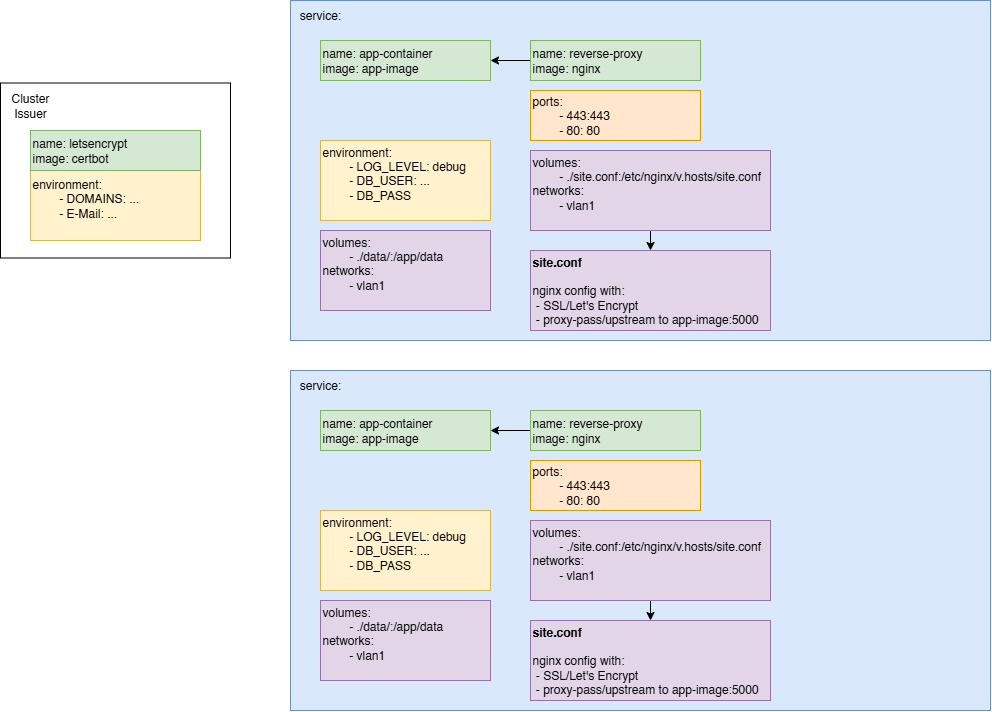
Earlier version of the draw.io export kubernetes/building-a-kubernetes-1.drawio.png (FAUSheppy/lightning-talks). Source tidied: cells renumbered, new cells last; positions are measured from the earlier drawing's top-left corner, leaving out a move shared by most shapes. Source of this version:
```xml
<mxGraphModel>
  <root>
    <mxCell id="0" />
    <mxCell id="1" parent="0" />
    <mxCell id="2" style="rounded=0;whiteSpace=wrap;html=1;" parent="1" vertex="1">
      <mxGeometry y="82.5" width="230" height="175" as="geometry" />
    </mxCell>
    <mxCell id="3" style="rounded=0;whiteSpace=wrap;html=1;fillColor=#dae8fc;strokeColor=#6c8ebf;" parent="1" vertex="1">
      <mxGeometry x="290" y="370" width="700" height="340" as="geometry" />
    </mxCell>
    <mxCell id="4" value="&lt;div&gt;name: app-container&lt;/div&gt;&lt;div&gt;image: app-image&lt;/div&gt;" style="rounded=0;whiteSpace=wrap;html=1;align=left;labelPosition=center;verticalLabelPosition=middle;verticalAlign=middle;fillColor=#d5e8d4;strokeColor=#82b366;" parent="1" vertex="1">
      <mxGeometry x="320" y="410" width="170" height="40" as="geometry" />
    </mxCell>
    <mxCell id="5" value="environment:&lt;div&gt;&lt;span style=&quot;white-space: pre;&quot;&gt;&#9;&lt;/span&gt;- LOG_LEVEL: debug&lt;br&gt;&lt;/div&gt;&lt;div&gt;&amp;nbsp; &amp;nbsp; &amp;nbsp; &amp;nbsp; - DB_USER: ...&lt;/div&gt;&lt;div&gt;&amp;nbsp; &amp;nbsp; &amp;nbsp; &amp;nbsp; - DB_PASS&lt;/div&gt;&lt;div&gt;&lt;br&gt;&lt;/div&gt;" style="rounded=0;whiteSpace=wrap;html=1;align=left;labelPosition=center;verticalLabelPosition=middle;verticalAlign=middle;fillColor=#fff2cc;strokeColor=#d6b656;" parent="1" vertex="1">
      <mxGeometry x="320" y="510" width="170" height="80" as="geometry" />
    </mxCell>
    <mxCell id="6" value="volumes:&lt;div&gt;&lt;span style=&quot;white-space: pre;&quot;&gt;&#9;&lt;/span&gt;- ./data/:/app/data&lt;br&gt;&lt;/div&gt;&lt;div&gt;networks:&lt;/div&gt;&lt;div&gt;&lt;span style=&quot;white-space: pre;&quot;&gt;&#9;&lt;/span&gt;- vlan1&lt;br&gt;&lt;/div&gt;&lt;div&gt;&lt;br&gt;&lt;/div&gt;" style="rounded=0;whiteSpace=wrap;html=1;align=left;labelPosition=center;verticalLabelPosition=middle;verticalAlign=middle;fillColor=#e1d5e7;strokeColor=#9673a6;" parent="1" vertex="1">
      <mxGeometry x="320" y="600" width="170" height="80" as="geometry" />
    </mxCell>
    <mxCell id="7" value="service:" style="text;html=1;whiteSpace=wrap;strokeColor=none;fillColor=none;align=center;verticalAlign=middle;rounded=0;" parent="1" vertex="1">
      <mxGeometry x="290" y="370" width="60" height="30" as="geometry" />
    </mxCell>
    <mxCell id="8" style="edgeStyle=orthogonalEdgeStyle;rounded=0;jettySize=auto;html=1;exitX=0;exitY=0.5;exitDx=0;exitDy=0;entryX=1;entryY=0.5;entryDx=0;entryDy=0;" parent="1" edge="1" source="9" target="4">
      <mxGeometry relative="1" as="geometry" />
    </mxCell>
    <mxCell id="9" value="&lt;div&gt;name: reverse-proxy&lt;/div&gt;&lt;div&gt;image: nginx&lt;/div&gt;" style="rounded=0;whiteSpace=wrap;html=1;align=left;labelPosition=center;verticalLabelPosition=middle;verticalAlign=middle;fillColor=#d5e8d4;strokeColor=#82b366;" parent="1" vertex="1">
      <mxGeometry x="530" y="410" width="170" height="40" as="geometry" />
    </mxCell>
    <mxCell id="10" value="ports:&lt;div&gt;&lt;span style=&quot;white-space: pre;&quot;&gt;&#9;&lt;/span&gt;- 443:443&lt;br&gt;&lt;/div&gt;&lt;div&gt;&amp;nbsp; &amp;nbsp; &amp;nbsp; &amp;nbsp; - 80: 80&lt;/div&gt;" style="rounded=0;whiteSpace=wrap;html=1;align=left;labelPosition=center;verticalLabelPosition=middle;verticalAlign=middle;fillColor=#ffe6cc;strokeColor=#d79b00;" parent="1" vertex="1">
      <mxGeometry x="530" y="460" width="170" height="50" as="geometry" />
    </mxCell>
    <mxCell id="11" style="edgeStyle=orthogonalEdgeStyle;rounded=0;jettySize=auto;html=1;exitX=0.5;exitY=1;exitDx=0;exitDy=0;entryX=0.5;entryY=0;entryDx=0;entryDy=0;" parent="1" edge="1" source="12" target="13">
      <mxGeometry relative="1" as="geometry" />
    </mxCell>
    <mxCell id="12" value="volumes:&lt;div&gt;&lt;span style=&quot;white-space: pre;&quot;&gt;&#9;&lt;/span&gt;- ./site.conf:/etc/nginx/v.hosts/site.conf&lt;br&gt;&lt;/div&gt;&lt;div&gt;networks:&lt;/div&gt;&lt;div&gt;&lt;span style=&quot;white-space: pre;&quot;&gt;&#9;&lt;/span&gt;- vlan1&lt;br&gt;&lt;/div&gt;&lt;div&gt;&lt;br&gt;&lt;/div&gt;" style="rounded=0;whiteSpace=wrap;html=1;align=left;labelPosition=center;verticalLabelPosition=middle;verticalAlign=middle;fillColor=#e1d5e7;strokeColor=#9673a6;" parent="1" vertex="1">
      <mxGeometry x="530" y="520" width="240" height="80" as="geometry" />
    </mxCell>
    <mxCell id="13" value="&lt;div&gt;&lt;b&gt;site.conf&lt;/b&gt;&lt;br&gt;&lt;br&gt;&lt;/div&gt;&lt;div&gt;nginx config with:&lt;/div&gt;&lt;div&gt;&amp;nbsp;- SSL/Let's Encrypt&lt;/div&gt;&lt;div&gt;&amp;nbsp;- proxy-pass/upstream to app-image:5000&lt;/div&gt;" style="rounded=0;whiteSpace=wrap;html=1;align=left;labelPosition=center;verticalLabelPosition=middle;verticalAlign=middle;fillColor=#e1d5e7;strokeColor=#9673a6;" parent="1" vertex="1">
      <mxGeometry x="530" y="620" width="240" height="80" as="geometry" />
    </mxCell>
    <mxCell id="14" style="rounded=0;whiteSpace=wrap;html=1;fillColor=#dae8fc;strokeColor=#6c8ebf;" parent="1" vertex="1">
      <mxGeometry x="290" width="700" height="340" as="geometry" />
    </mxCell>
    <mxCell id="15" value="environment:&lt;div&gt;&lt;span style=&quot;white-space: pre;&quot;&gt;&#9;&lt;/span&gt;- DOMAINS: ...&lt;br&gt;&lt;/div&gt;&lt;div&gt;&amp;nbsp; &amp;nbsp; &amp;nbsp; &amp;nbsp; - E-Mail: ...&lt;/div&gt;&lt;div&gt;&lt;br&gt;&lt;/div&gt;" style="rounded=0;whiteSpace=wrap;html=1;align=left;labelPosition=center;verticalLabelPosition=middle;verticalAlign=middle;fillColor=#fff2cc;strokeColor=#d6b656;" parent="1" vertex="1">
      <mxGeometry x="30" y="170" width="170" height="70" as="geometry" />
    </mxCell>
    <mxCell id="16" value="&lt;div&gt;name: app-container&lt;/div&gt;&lt;div&gt;image: app-image&lt;/div&gt;" style="rounded=0;whiteSpace=wrap;html=1;align=left;labelPosition=center;verticalLabelPosition=middle;verticalAlign=middle;fillColor=#d5e8d4;strokeColor=#82b366;" parent="1" vertex="1">
      <mxGeometry x="320" y="40" width="170" height="40" as="geometry" />
    </mxCell>
    <mxCell id="17" value="environment:&lt;div&gt;&lt;span style=&quot;white-space: pre;&quot;&gt;&#9;&lt;/span&gt;- LOG_LEVEL: debug&lt;br&gt;&lt;/div&gt;&lt;div&gt;&amp;nbsp; &amp;nbsp; &amp;nbsp; &amp;nbsp; - DB_USER: ...&lt;/div&gt;&lt;div&gt;&amp;nbsp; &amp;nbsp; &amp;nbsp; &amp;nbsp; - DB_PASS&lt;/div&gt;&lt;div&gt;&lt;br&gt;&lt;/div&gt;" style="rounded=0;whiteSpace=wrap;html=1;align=left;labelPosition=center;verticalLabelPosition=middle;verticalAlign=middle;fillColor=#fff2cc;strokeColor=#d6b656;" parent="1" vertex="1">
      <mxGeometry x="320" y="140" width="170" height="80" as="geometry" />
    </mxCell>
    <mxCell id="18" value="volumes:&lt;div&gt;&lt;span style=&quot;white-space: pre;&quot;&gt;&#9;&lt;/span&gt;- ./data/:/app/data&lt;br&gt;&lt;/div&gt;&lt;div&gt;networks:&lt;/div&gt;&lt;div&gt;&lt;span style=&quot;white-space: pre;&quot;&gt;&#9;&lt;/span&gt;- vlan1&lt;br&gt;&lt;/div&gt;&lt;div&gt;&lt;br&gt;&lt;/div&gt;" style="rounded=0;whiteSpace=wrap;html=1;align=left;labelPosition=center;verticalLabelPosition=middle;verticalAlign=middle;fillColor=#e1d5e7;strokeColor=#9673a6;" parent="1" vertex="1">
      <mxGeometry x="320" y="230" width="170" height="80" as="geometry" />
    </mxCell>
    <mxCell id="19" value="service:" style="text;html=1;whiteSpace=wrap;strokeColor=none;fillColor=none;align=center;verticalAlign=middle;rounded=0;" parent="1" vertex="1">
      <mxGeometry x="290" width="60" height="30" as="geometry" />
    </mxCell>
    <mxCell id="20" style="edgeStyle=orthogonalEdgeStyle;rounded=0;jettySize=auto;html=1;exitX=0;exitY=0.5;exitDx=0;exitDy=0;entryX=1;entryY=0.5;entryDx=0;entryDy=0;" parent="1" edge="1" source="21" target="16">
      <mxGeometry relative="1" as="geometry" />
    </mxCell>
    <mxCell id="21" value="&lt;div&gt;name: reverse-proxy&lt;/div&gt;&lt;div&gt;image: nginx&lt;/div&gt;" style="rounded=0;whiteSpace=wrap;html=1;align=left;labelPosition=center;verticalLabelPosition=middle;verticalAlign=middle;fillColor=#d5e8d4;strokeColor=#82b366;" parent="1" vertex="1">
      <mxGeometry x="530" y="40" width="170" height="40" as="geometry" />
    </mxCell>
    <mxCell id="22" value="ports:&lt;div&gt;&lt;span style=&quot;white-space: pre;&quot;&gt;&#9;&lt;/span&gt;- 443:443&lt;br&gt;&lt;/div&gt;&lt;div&gt;&amp;nbsp; &amp;nbsp; &amp;nbsp; &amp;nbsp; - 80: 80&lt;/div&gt;" style="rounded=0;whiteSpace=wrap;html=1;align=left;labelPosition=center;verticalLabelPosition=middle;verticalAlign=middle;fillColor=#ffe6cc;strokeColor=#d79b00;" parent="1" vertex="1">
      <mxGeometry x="530" y="90" width="170" height="50" as="geometry" />
    </mxCell>
    <mxCell id="23" style="edgeStyle=orthogonalEdgeStyle;rounded=0;jettySize=auto;html=1;exitX=0.5;exitY=1;exitDx=0;exitDy=0;entryX=0.5;entryY=0;entryDx=0;entryDy=0;" parent="1" edge="1" source="24" target="25">
      <mxGeometry relative="1" as="geometry" />
    </mxCell>
    <mxCell id="24" value="volumes:&lt;div&gt;&lt;span style=&quot;white-space: pre;&quot;&gt;&#9;&lt;/span&gt;- ./site.conf:/etc/nginx/v.hosts/site.conf&lt;br&gt;&lt;/div&gt;&lt;div&gt;networks:&lt;/div&gt;&lt;div&gt;&lt;span style=&quot;white-space: pre;&quot;&gt;&#9;&lt;/span&gt;- vlan1&lt;br&gt;&lt;/div&gt;&lt;div&gt;&lt;br&gt;&lt;/div&gt;" style="rounded=0;whiteSpace=wrap;html=1;align=left;labelPosition=center;verticalLabelPosition=middle;verticalAlign=middle;fillColor=#e1d5e7;strokeColor=#9673a6;" parent="1" vertex="1">
      <mxGeometry x="530" y="150" width="240" height="80" as="geometry" />
    </mxCell>
    <mxCell id="25" value="&lt;div&gt;&lt;b&gt;site.conf&lt;/b&gt;&lt;br&gt;&lt;br&gt;&lt;/div&gt;&lt;div&gt;nginx config with:&lt;/div&gt;&lt;div&gt;&amp;nbsp;- SSL/Let's Encrypt&lt;/div&gt;&lt;div&gt;&amp;nbsp;- proxy-pass/upstream to app-image:5000&lt;/div&gt;" style="rounded=0;whiteSpace=wrap;html=1;align=left;labelPosition=center;verticalLabelPosition=middle;verticalAlign=middle;fillColor=#e1d5e7;strokeColor=#9673a6;" parent="1" vertex="1">
      <mxGeometry x="530" y="250" width="240" height="80" as="geometry" />
    </mxCell>
    <mxCell id="26" value="&lt;div&gt;name: letsencrypt&lt;/div&gt;&lt;div&gt;image: certbot&lt;/div&gt;" style="rounded=0;whiteSpace=wrap;html=1;align=left;labelPosition=center;verticalLabelPosition=middle;verticalAlign=middle;fillColor=#d5e8d4;strokeColor=#82b366;" parent="1" vertex="1">
      <mxGeometry x="30" y="130" width="170" height="40" as="geometry" />
    </mxCell>
    <mxCell id="27" value="Cluster Issuer" style="text;html=1;align=center;verticalAlign=middle;whiteSpace=wrap;rounded=0;" parent="1" vertex="1">
      <mxGeometry y="90" width="60" height="30" as="geometry" />
    </mxCell>
  </root>
</mxGraphModel>
```
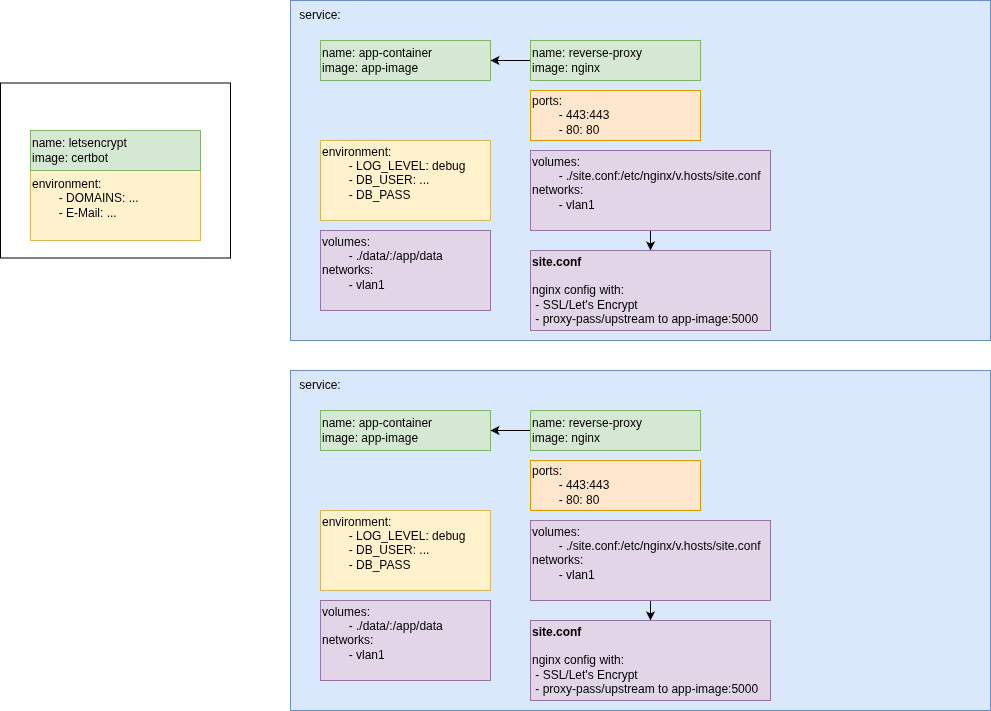
After the change.

The edit, as a diff of the source:
```diff
@@ -77,8 +77,5 @@
     <mxCell id="26" value="&lt;div&gt;name: letsencrypt&lt;/div&gt;&lt;div&gt;image: certbot&lt;/div&gt;" style="rounded=0;whiteSpace=wrap;html=1;align=left;labelPosition=center;verticalLabelPosition=middle;verticalAlign=middle;fillColor=#d5e8d4;strokeColor=#82b366;" parent="1" vertex="1">
       <mxGeometry x="30" y="130" width="170" height="40" as="geometry" />
     </mxCell>
-    <mxCell id="27" value="Cluster Issuer" style="text;html=1;align=center;verticalAlign=middle;whiteSpace=wrap;rounded=0;" parent="1" vertex="1">
-      <mxGeometry y="90" width="60" height="30" as="geometry" />
-    </mxCell>
   </root>
 </mxGraphModel>
```
